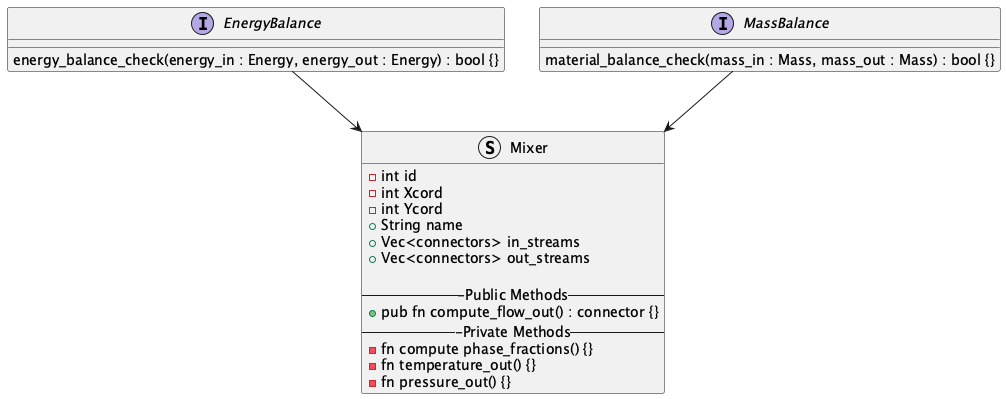
The PlantUML diagram blocks-module/Blocks_Module_Class_Diagram.png in OSCPS-Project/OSCPS-UML, before a commit.
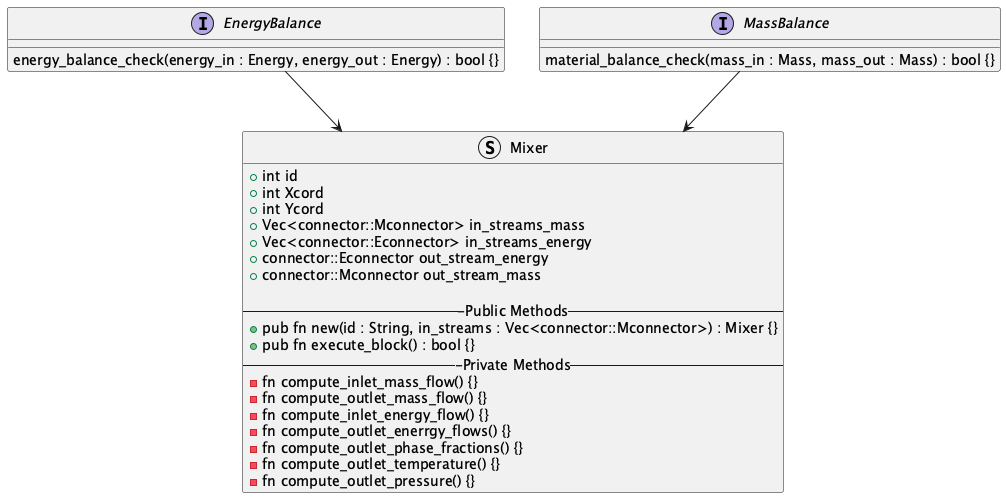
Above is the later version.

Commit message:
updating public and private functions of the Mixer Block

The edit, as a diff of the source:
```diff
@@ -10,19 +10,25 @@
 
 
 Struct Mixer {
-  - int id
-  - int Xcord
-  - int Ycord
-  + String name
-  + Vec<connectors> in_streams
-  + Vec<connectors> out_streams
+  + int id
+  + int Xcord
+  + int Ycord
+  + Vec<connector::Mconnector> in_streams_mass
+  + Vec<connector::Econnector> in_streams_energy
+  + connector::Econnector out_stream_energy
+  + connector::Mconnector out_stream_mass
 
   ---Public Methods--
-  + pub fn compute_flow_out() : connector {}
+  + pub fn new(id : String, in_streams : Vec<connector::Mconnector>) : Mixer {}
+  + pub fn execute_block() : bool {}
   ---Private Methods--
-  - fn compute phase_fractions() {}
-  - fn temperature_out() {}
-  - fn pressure_out() {}
+  - fn compute_inlet_mass_flow() {}
+  - fn compute_outlet_mass_flow() {}
+  - fn compute_inlet_energy_flow() {}
+  - fn compute_outlet_enerrgy_flows() {}
+  - fn compute_outlet_phase_fractions() {}
+  - fn compute_outlet_temperature() {}
+  - fn compute_outlet_pressure() {}
 }
 
 EnergyBalance --> Mixer
```
